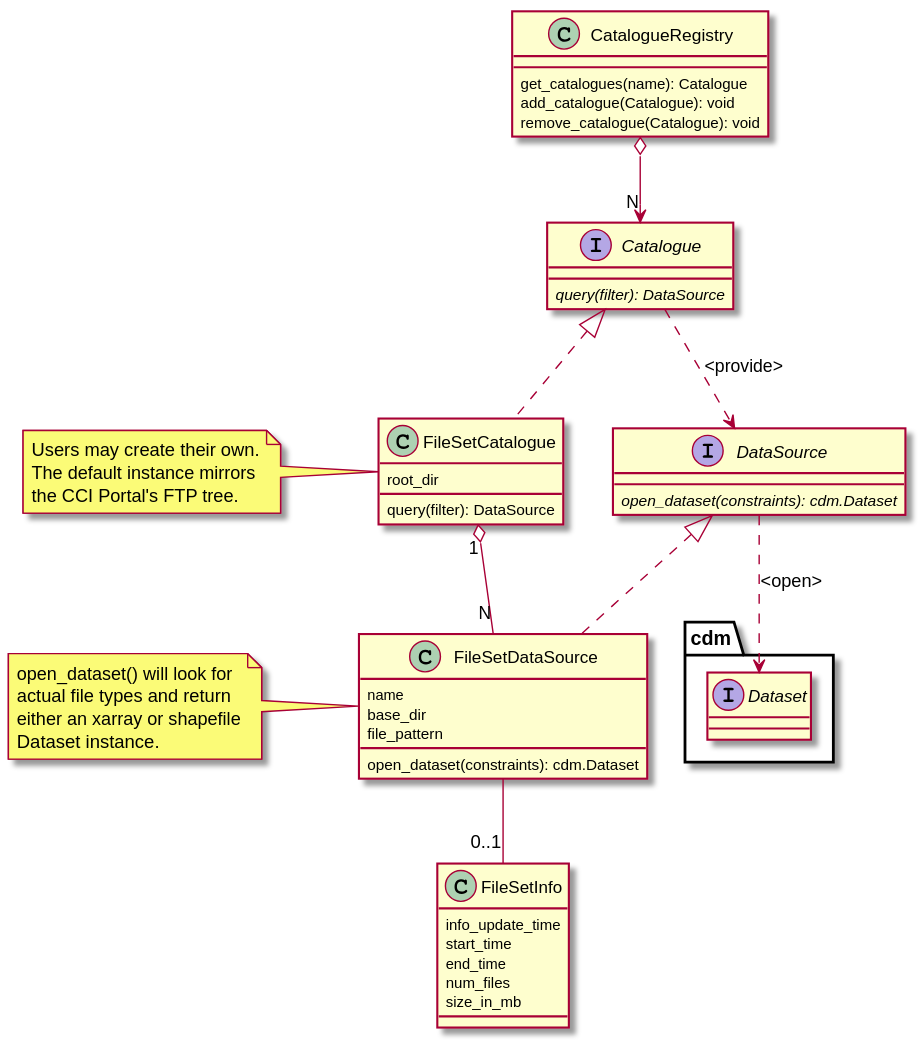
This is doc/source/_static/uml/io.svg from CCI-Tools/cate, a PlantUML export, as it was before one commit. Its source is kept beside it as doc/source/uml/io.puml. Source of this version:
```plantuml
@startuml

class CatalogueRegistry {
    get_catalogues(name): Catalogue
    add_catalogue(Catalogue): void
    remove_catalogue(Catalogue): void
}

interface Catalogue {
    {abstract} query(filter): DataSource
}

interface DataSource {
    {abstract} open_dataset(constraints): cdm.Dataset
}

class FileSetCatalogue implements Catalogue {
    root_dir
    query(filter): DataSource
}

class FileSetDataSource implements DataSource {
    name
    base_dir
    file_pattern
    open_dataset(constraints): cdm.Dataset
}

class FileSetInfo  {
    info_update_time
    start_time
    end_time
    num_files
    size_in_mb
}

CatalogueRegistry o--> "N" Catalogue
Catalogue  ..>  DataSource: <provide>

DataSource ..>  interface cdm.Dataset: <open>


FileSetCatalogue "1" o-- "N" FileSetDataSource
FileSetDataSource -- "0..1" FileSetInfo

note left of FileSetCatalogue
Users may create their own.
The default instance mirrors
the CCI Portal's FTP tree.
end note

note left of FileSetDataSource
open_dataset() will look for
actual file types and return
either an xarray or shapefile
Dataset instance.
end note

@enduml
```
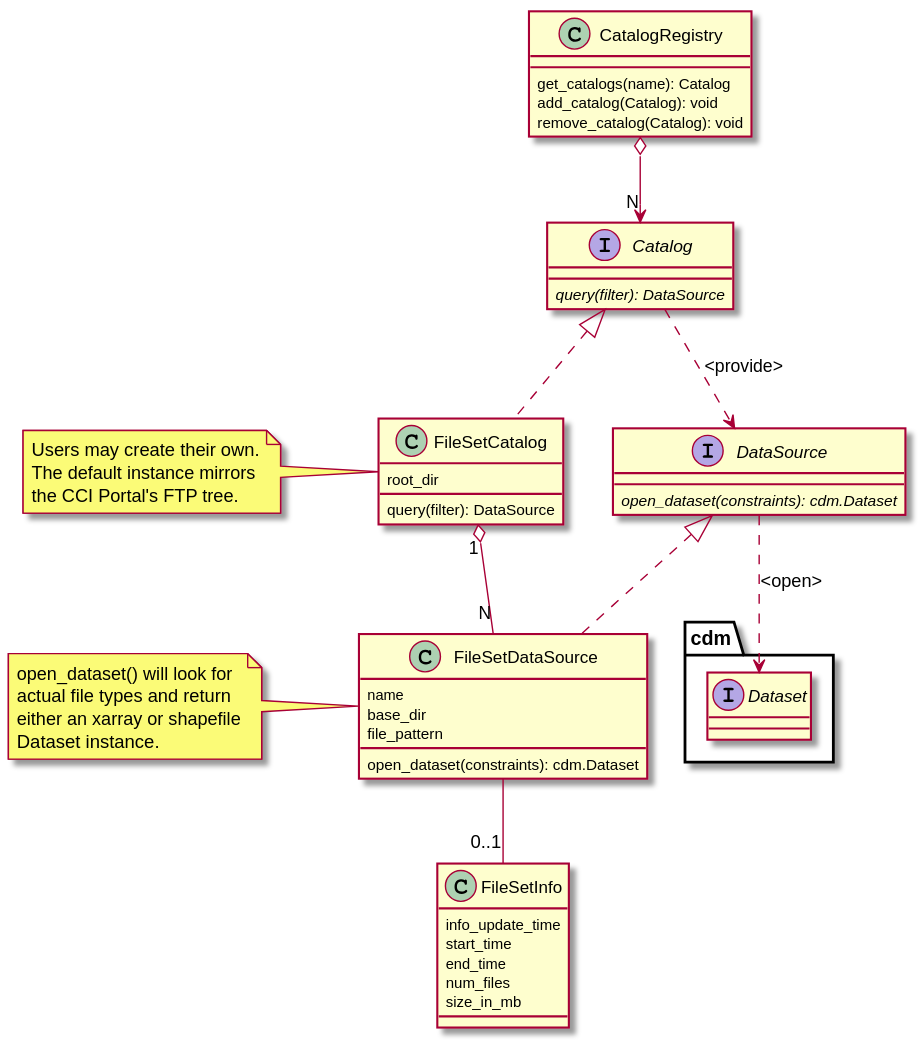
After the commit.

Commit message:
changed catalogue (BE) --> catalog (AE) in the code, but not in written text

The edit, as a diff of the source:
```diff
@@ -1,12 +1,12 @@
 @startuml
 
-class CatalogueRegistry {
-    get_catalogues(name): Catalogue
-    add_catalogue(Catalogue): void
-    remove_catalogue(Catalogue): void
+class CatalogRegistry {
+    get_catalogs(name): Catalog
+    add_catalog(Catalog): void
+    remove_catalog(Catalog): void
 }
 
-interface Catalogue {
+interface Catalog {
     {abstract} query(filter): DataSource
 }
 
@@ -14,7 +14,7 @@
     {abstract} open_dataset(constraints): cdm.Dataset
 }
 
-class FileSetCatalogue implements Catalogue {
+class FileSetCatalog implements Catalog {
     root_dir
     query(filter): DataSource
 }
@@ -34,16 +34,16 @@
     size_in_mb
 }
 
-CatalogueRegistry o--> "N" Catalogue
-Catalogue  ..>  DataSource: <provide>
+CatalogRegistry o--> "N" Catalog
+Catalog  ..>  DataSource: <provide>
 
 DataSource ..>  interface cdm.Dataset: <open>
 
 
-FileSetCatalogue "1" o-- "N" FileSetDataSource
+FileSetCatalog "1" o-- "N" FileSetDataSource
 FileSetDataSource -- "0..1" FileSetInfo
 
-note left of FileSetCatalogue
+note left of FileSetCatalog
 Users may create their own.
 The default instance mirrors
 the CCI Portal's FTP tree.
```
